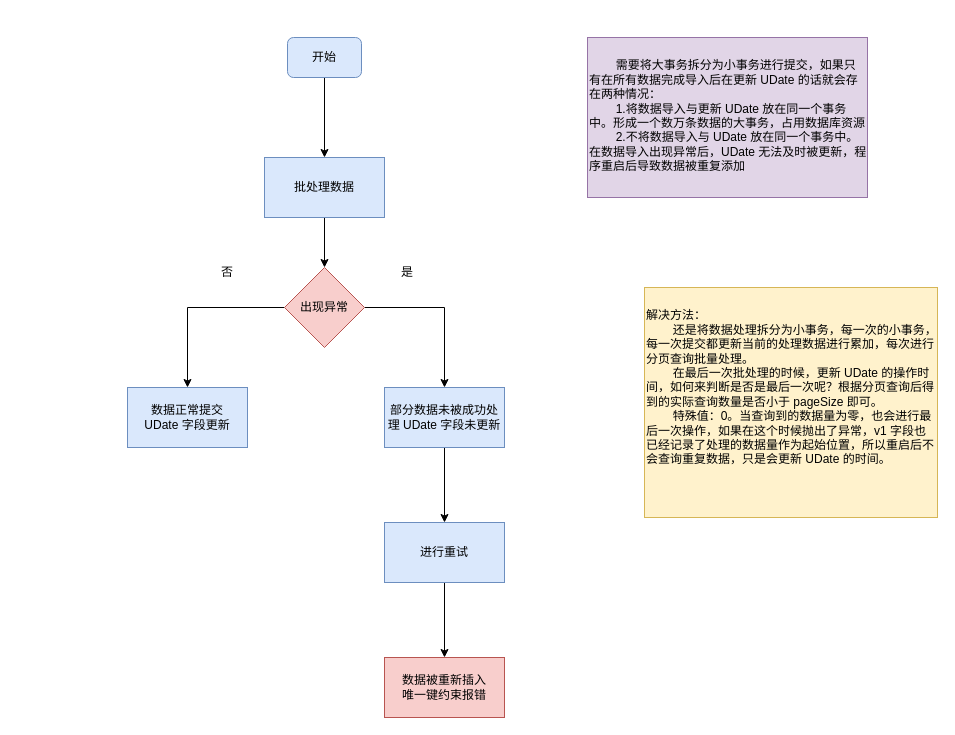
Before: 批处理数据更新.drawio in atmrrr/drawio2, a draw.io diagram. Source tidied: cells renumbered, new cells numbered last; positions are measured from the earlier drawing's top-left corner, leaving out a move shared by most shapes. Both pictures are drawn from the tidied source at 100%, with x=0, y=0 at pixel (127, 37).
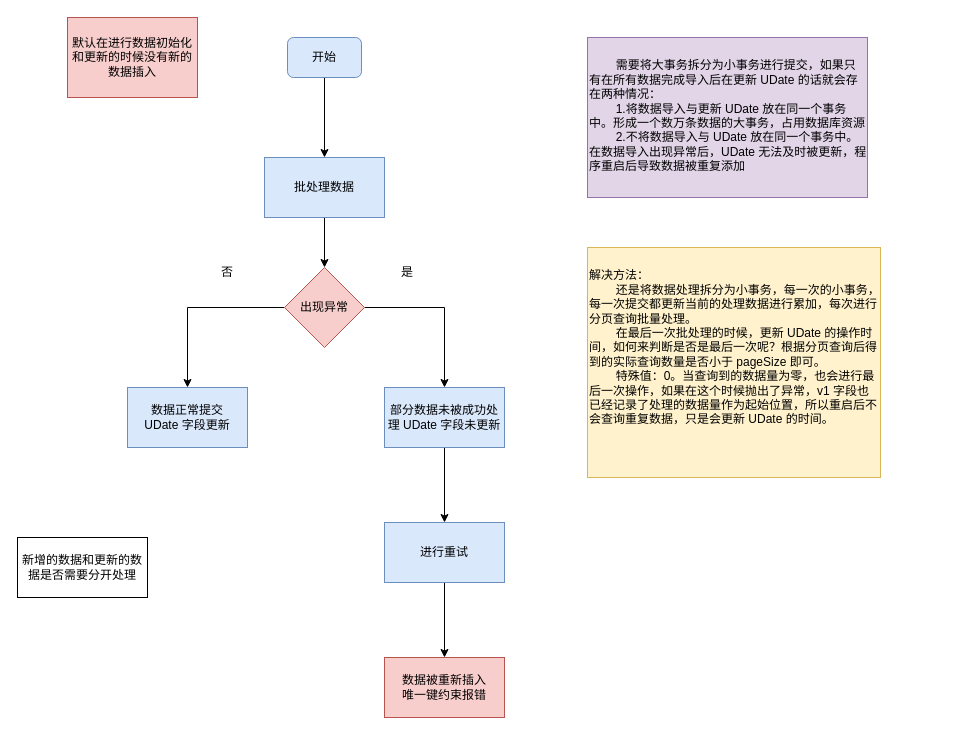
The same diagram, later.

Commit message:
更新批处理数据更新.drawio

What changed in the source:
```diff
@@
     <mxCell id="18" value="&lt;div&gt;&lt;br&gt;&lt;/div&gt;&lt;div&gt;解决方法：&lt;/div&gt;&lt;div&gt;&lt;span style=&quot;white-space: pre;&quot;&gt;&#9;&lt;/span&gt;还是将数据处理拆分为小事务，每一次的小事务，每一次提交都更新当前的处理数据进行累加，每次进行分页查询批量处理。&lt;br&gt;&lt;/div&gt;&lt;div&gt;&lt;span style=&quot;white-space: pre;&quot;&gt;&#9;&lt;/span&gt;在最后一次批处理的时候，更新 UDate 的操作时间，如何来判断是否是最后一次呢？根据分页查询后得到的实际查询数量是否小于 pageSize 即可。&lt;br&gt;&lt;/div&gt;&lt;div&gt;&lt;span style=&quot;white-space: pre;&quot;&gt;&#9;&lt;/span&gt;特殊值：0。当查询到的数据量为零，也会进行最后一次操作，如果在这个时候抛出了异常，v1 字段也已经记录了处理的数据量作为起始位置，所以重启后不会查询重复数据，只是会更新 UDate 的时间。&lt;br&gt;&lt;/div&gt;&lt;div&gt;&lt;br&gt;&lt;/div&gt;" style="rounded=0;whiteSpace=wrap;html=1;align=left;verticalAlign=top;fillColor=#fff2cc;strokeColor=#d6b656;" parent="1" vertex="1">
-      <mxGeometry x="517" y="250" width="293" height="230" as="geometry" />
+      <mxGeometry x="460" y="210" width="293" height="230" as="geometry" />
     </mxCell>
+    <mxCell id="19" value="默认在进行数据初始化和更新的时候没有新的数据插入" style="rounded=0;whiteSpace=wrap;html=1;fillColor=#f8cecc;strokeColor=#b85450;" parent="1" vertex="1">
+      <mxGeometry x="-60" y="-20" width="130" height="80" as="geometry" />
+    </mxCell>
+    <mxCell id="20" value="新增的数据和更新的数据是否需要分开处理" style="rounded=0;whiteSpace=wrap;html=1;" parent="1" vertex="1">
+      <mxGeometry x="-110" y="500" width="130" height="60" as="geometry" />
+    </mxCell>
```
